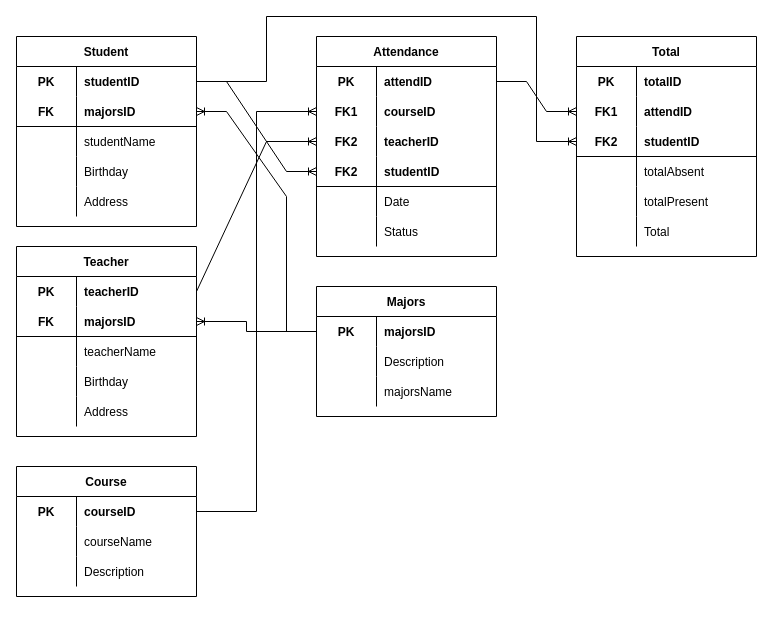
Earlier version of the draw.io diagram Untitled Diagram.drawio (nhanth0108/Course_web). Source tidied: cells renumbered, new cells numbered last; positions are measured from the earlier drawing's top-left corner, leaving out a move shared by most shapes. Both pictures are drawn from the tidied source at 100%, with x=0, y=0 at pixel (16, 16).
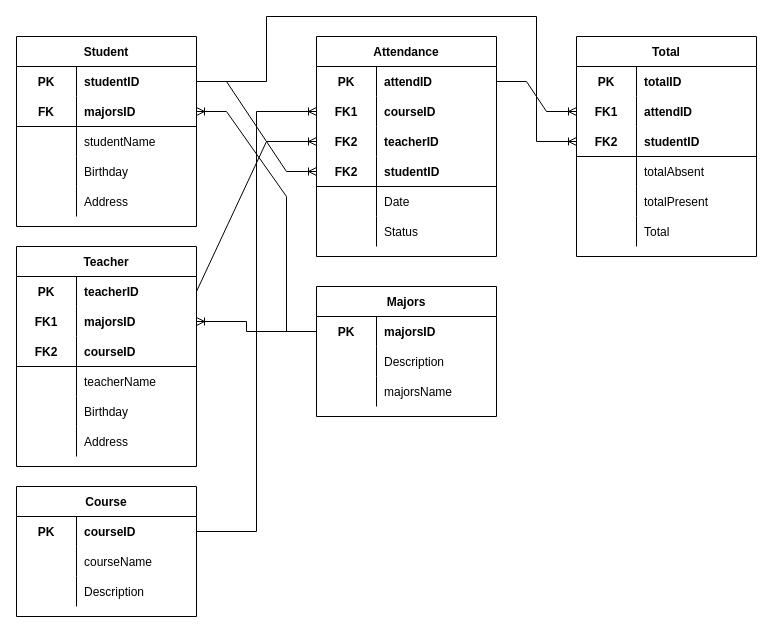
After the change.

The change refers to these unchanged cells:
```xml
<mxCell id="19" style="shape=partialRectangle;fillColor=none;top=0;left=0;bottom=0;right=0;points=[[0,0.5],[1,0.5]];portConstraint=eastwest;fontStyle=0;" parent="18" vertex="1">
  <mxGeometry y="30" width="180" height="30" as="geometry" />
</mxCell>
<mxCell id="45" style="shape=partialRectangle;fillColor=none;top=0;left=0;bottom=0;right=0;points=[[0,0.5],[1,0.5]];portConstraint=eastwest;fontStyle=0;" parent="44" vertex="1">
  <mxGeometry y="30" width="180" height="30" as="geometry" />
</mxCell>
<mxCell id="58" style="shape=partialRectangle;fillColor=none;top=0;left=0;bottom=0;right=0;points=[[0,0.5],[1,0.5]];portConstraint=eastwest;fontStyle=0;" parent="54" vertex="1">
  <mxGeometry y="60" width="180" height="30" as="geometry" />
</mxCell>
```

The edit, as a diff of the source:
```diff
@@
     <mxCell id="2" value="Teacher" style="shape=table;startSize=30;childLayout=tableLayout;rowLines=0;fontStyle=1;align=center;" parent="1" vertex="1">
-      <mxGeometry y="230" width="180" height="190" as="geometry" />
+      <mxGeometry y="230" width="180" height="220" as="geometry" />
     </mxCell>
@@
+    <mxCell id="99" style="shape=partialRectangle;fillColor=none;top=0;left=0;bottom=0;right=0;points=[[0,0.5],[1,0.5]];portConstraint=eastwest;fontStyle=0;" parent="2" vertex="1">
+      <mxGeometry y="60" width="180" height="30" as="geometry" />
+    </mxCell>
+    <mxCell id="100" value="FK1" style="shape=partialRectangle;fillColor=none;top=0;left=0;bottom=0;right=0;fontStyle=1;overflow=hidden;" parent="99" vertex="1">
+      <mxGeometry width="60" height="30" as="geometry" />
+    </mxCell>
+    <mxCell id="101" value="majorsID" style="shape=partialRectangle;fillColor=none;top=0;left=0;bottom=0;right=0;align=left;spacingLeft=6;fontStyle=1;overflow=hidden;" parent="99" vertex="1">
+      <mxGeometry x="60" width="120" height="30" as="geometry" />
+    </mxCell>
     <mxCell id="6" style="shape=partialRectangle;fillColor=none;top=0;left=0;bottom=1;right=0;points=[[0,0.5],[1,0.5]];portConstraint=eastwest;fontStyle=0;" parent="2" vertex="1">
-      <mxGeometry y="60" width="180" height="30" as="geometry" />
+      <mxGeometry y="90" width="180" height="30" as="geometry" />
     </mxCell>
-    <mxCell id="7" value="FK" style="shape=partialRectangle;fillColor=none;top=0;left=0;bottom=0;right=0;fontStyle=1;overflow=hidden;" parent="6" vertex="1">
+    <mxCell id="7" value="FK2" style="shape=partialRectangle;fillColor=none;top=0;left=0;bottom=0;right=0;fontStyle=1;overflow=hidden;" parent="6" vertex="1">
       <mxGeometry width="60" height="30" as="geometry" />
     </mxCell>
-    <mxCell id="8" value="majorsID" style="shape=partialRectangle;fillColor=none;top=0;left=0;bottom=0;right=0;align=left;spacingLeft=6;fontStyle=1;overflow=hidden;" parent="6" vertex="1">
+    <mxCell id="8" value="courseID" style="shape=partialRectangle;fillColor=none;top=0;left=0;bottom=0;right=0;align=left;spacingLeft=6;fontStyle=1;overflow=hidden;" parent="6" vertex="1">
       <mxGeometry x="60" width="120" height="30" as="geometry" />
     </mxCell>
     <mxCell id="9" style="shape=partialRectangle;fillColor=none;top=0;left=0;bottom=0;right=0;fontStyle=0;" parent="2" vertex="1">
-      <mxGeometry y="90" width="180" height="30" as="geometry" />
+      <mxGeometry y="120" width="180" height="30" as="geometry" />
     </mxCell>
@@
     <mxCell id="12" style="shape=partialRectangle;fillColor=none;top=0;left=0;bottom=0;right=0;fontStyle=0;" parent="2" vertex="1">
-      <mxGeometry y="120" width="180" height="30" as="geometry" />
+      <mxGeometry y="150" width="180" height="30" as="geometry" />
     </mxCell>
@@
     <mxCell id="15" style="shape=partialRectangle;fillColor=none;top=0;left=0;bottom=0;right=0;fontStyle=0;" parent="2" vertex="1">
-      <mxGeometry y="150" width="180" height="30" as="geometry" />
+      <mxGeometry y="180" width="180" height="30" as="geometry" />
     </mxCell>
@@
     <mxCell id="44" value="Course" style="shape=table;startSize=30;childLayout=tableLayout;rowLines=0;fontStyle=1;align=center;" parent="1" vertex="1">
-      <mxGeometry y="450" width="180" height="130" as="geometry" />
+      <mxGeometry y="470" width="180" height="130" as="geometry" />
     </mxCell>
@@
     <mxCell id="93" style="fontSize=12;html=1;endArrow=ERoneToMany;rounded=0;exitX=1;exitY=0.5;exitDx=0;exitDy=0;entryX=0;entryY=0.5;entryDx=0;entryDy=0;" parent="1" edge="1" source="45" target="58">
       <mxGeometry relative="1" as="geometry">
         <Array as="points">
-          <mxPoint x="240" y="495" />
+          <mxPoint x="240" y="515" />
           <mxPoint x="240" y="95" />
         </Array>
       </mxGeometry>
     </mxCell>
@@
-    <mxCell id="96" style="fontSize=12;html=1;endArrow=ERoneToMany;rounded=0;entryX=1;entryY=0.5;entryDx=0;entryDy=0;exitX=0;exitY=0.5;exitDx=0;exitDy=0;" parent="1" edge="1" source="19" target="6">
+    <mxCell id="96" style="fontSize=12;html=1;endArrow=ERoneToMany;rounded=0;entryX=1;entryY=0.5;entryDx=0;entryDy=0;exitX=0;exitY=0.5;exitDx=0;exitDy=0;" parent="1" edge="1" source="19" target="99">
       <mxGeometry relative="1" as="geometry">
         <Array as="points">
           <mxPoint x="230" y="315" />
           <mxPoint x="230" y="305" />
         </Array>
       </mxGeometry>
     </mxCell>
```
